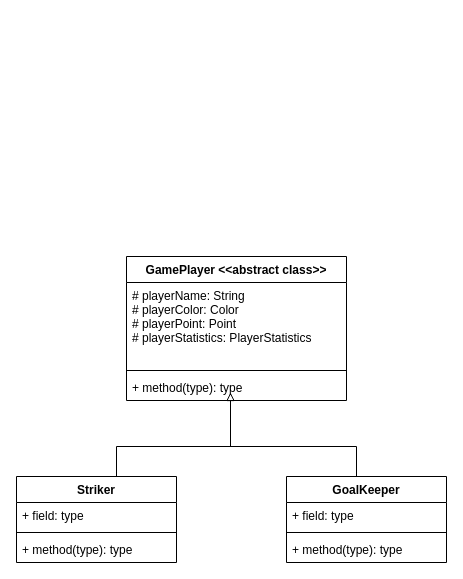
This is soccer project diagram.drawio from Niobium62/Soccer-Project, a draw.io file, before an edit. Source tidied: cells renumbered, new cells numbered last; positions are measured from the earlier drawing's top-left corner, leaving out a move shared by most shapes. Both pictures are drawn from the tidied source at 100%, with x=0, y=0 at pixel (16, 256).
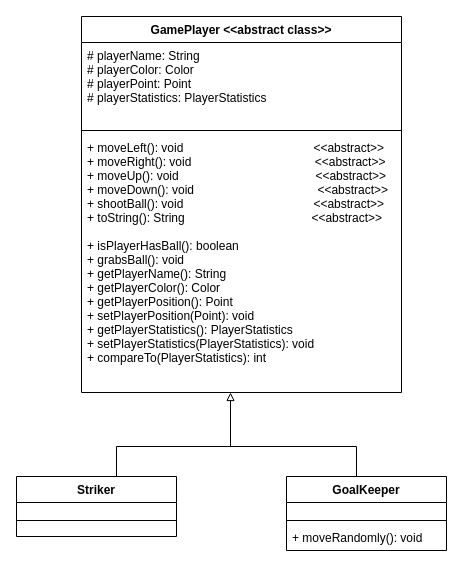
The same page after the edit.

Diff of the diagram source:
```diff
@@
     <mxCell id="2" value="GamePlayer &lt;&lt;abstract class&gt;&gt;" style="swimlane;fontStyle=1;align=center;verticalAlign=top;horizontal=1;startSize=26;" parent="1" vertex="1">
-      <mxGeometry x="110" width="220" height="144" as="geometry" />
+      <mxGeometry x="65" y="-240" width="320" height="376" as="geometry" />
     </mxCell>
     <mxCell id="3" value="# playerName: String&#10;# playerColor: Color&#10;# playerPoint: Point&#10;# playerStatistics: PlayerStatistics&#10;" style="text;strokeColor=none;fillColor=none;align=left;verticalAlign=top;spacingLeft=4;spacingRight=4;overflow=hidden;" parent="2" vertex="1">
-      <mxGeometry y="26" width="220" height="84" as="geometry" />
+      <mxGeometry y="26" width="320" height="84" as="geometry" />
     </mxCell>
     <mxCell id="4" style="line;strokeWidth=1;fillColor=none;align=left;verticalAlign=middle;spacingTop=-1;spacingLeft=3;spacingRight=3;labelPosition=right;" parent="2" vertex="1">
-      <mxGeometry y="110" width="220" height="8" as="geometry" />
+      <mxGeometry y="110" width="320" height="8" as="geometry" />
     </mxCell>
-    <mxCell id="5" value="+ method(type): type" style="text;strokeColor=none;fillColor=none;align=left;verticalAlign=top;spacingLeft=4;spacingRight=4;overflow=hidden;" parent="2" vertex="1">
-      <mxGeometry y="118" width="220" height="26" as="geometry" />
+    <mxCell id="5" value="+ moveLeft(): void                                       &lt;&lt;abstract&gt;&gt;&#10;+ moveRight(): void                                     &lt;&lt;abstract&gt;&gt;&#10;+ moveUp(): void                                         &lt;&lt;abstract&gt;&gt;&#10;+ moveDown(): void                                     &lt;&lt;abstract&gt;&gt;&#10;+ shootBall(): void                                       &lt;&lt;abstract&gt;&gt;&#10;+ toString(): String                                      &lt;&lt;abstract&gt;&gt;&#10;&#10;+ isPlayerHasBall(): boolean&#10;+ grabsBall(): void&#10;+ getPlayerName(): String&#10;+ getPlayerColor(): Color&#10;+ getPlayerPosition(): Point&#10;+ setPlayerPosition(Point): void&#10;+ getPlayerStatistics(): PlayerStatistics&#10;+ setPlayerStatistics(PlayerStatistics): void&#10;+ compareTo(PlayerStatistics): int&#10;&#10;" style="text;strokeColor=none;fillColor=none;align=left;verticalAlign=top;spacingLeft=4;spacingRight=4;overflow=hidden;" parent="2" vertex="1">
+      <mxGeometry y="118" width="320" height="258" as="geometry" />
     </mxCell>
     <mxCell id="6" value="Striker" style="swimlane;fontStyle=1;align=center;verticalAlign=top;horizontal=1;startSize=26;" parent="1" vertex="1">
-      <mxGeometry y="220" width="160" height="86" as="geometry" />
+      <mxGeometry y="220" width="160" height="60" as="geometry" />
     </mxCell>
-    <mxCell id="7" value="+ field: type" style="text;strokeColor=none;fillColor=none;align=left;verticalAlign=top;spacingLeft=4;spacingRight=4;overflow=hidden;" parent="6" vertex="1">
-      <mxGeometry y="26" width="160" height="26" as="geometry" />
+    <mxCell id="7" value=" " style="text;strokeColor=none;fillColor=none;align=left;verticalAlign=top;spacingLeft=4;spacingRight=4;overflow=hidden;" parent="6" vertex="1">
+      <mxGeometry y="26" width="160" height="14" as="geometry" />
     </mxCell>
     <mxCell id="8" style="line;strokeWidth=1;fillColor=none;align=left;verticalAlign=middle;spacingTop=-1;spacingLeft=3;spacingRight=3;labelPosition=right;" parent="6" vertex="1">
-      <mxGeometry y="52" width="160" height="8" as="geometry" />
+      <mxGeometry y="40" width="160" height="8" as="geometry" />
     </mxCell>
-    <mxCell id="9" value="+ method(type): type" style="text;strokeColor=none;fillColor=none;align=left;verticalAlign=top;spacingLeft=4;spacingRight=4;overflow=hidden;" parent="6" vertex="1">
-      <mxGeometry y="60" width="160" height="26" as="geometry" />
+    <mxCell id="9" value=" " style="text;strokeColor=none;fillColor=none;align=left;verticalAlign=top;spacingLeft=4;spacingRight=4;overflow=hidden;" parent="6" vertex="1">
+      <mxGeometry y="48" width="160" height="12" as="geometry" />
     </mxCell>
     <mxCell id="10" value="GoalKeeper" style="swimlane;fontStyle=1;align=center;verticalAlign=top;horizontal=1;startSize=26;" parent="1" vertex="1">
-      <mxGeometry x="270" y="220" width="160" height="86" as="geometry" />
+      <mxGeometry x="270" y="220" width="160" height="74" as="geometry" />
     </mxCell>
@@
-    <mxCell id="12" value="+ field: type" style="text;strokeColor=none;fillColor=none;align=left;verticalAlign=top;spacingLeft=4;spacingRight=4;overflow=hidden;" parent="10" vertex="1">
-      <mxGeometry y="26" width="160" height="26" as="geometry" />
+    <mxCell id="12" value=" " style="text;strokeColor=none;fillColor=none;align=left;verticalAlign=top;spacingLeft=4;spacingRight=4;overflow=hidden;" parent="10" vertex="1">
+      <mxGeometry y="26" width="160" height="14" as="geometry" />
     </mxCell>
     <mxCell id="13" style="line;strokeWidth=1;fillColor=none;align=left;verticalAlign=middle;spacingTop=-1;spacingLeft=3;spacingRight=3;labelPosition=right;" parent="10" vertex="1">
-      <mxGeometry y="52" width="160" height="8" as="geometry" />
+      <mxGeometry y="40" width="160" height="8" as="geometry" />
     </mxCell>
-    <mxCell id="14" value="+ method(type): type" style="text;strokeColor=none;fillColor=none;align=left;verticalAlign=top;spacingLeft=4;spacingRight=4;overflow=hidden;" parent="10" vertex="1">
-      <mxGeometry y="60" width="160" height="26" as="geometry" />
+    <mxCell id="14" value="+ moveRandomly(): void" style="text;strokeColor=none;fillColor=none;align=left;verticalAlign=top;spacingLeft=4;spacingRight=4;overflow=hidden;" parent="10" vertex="1">
+      <mxGeometry y="48" width="160" height="26" as="geometry" />
     </mxCell>
```
